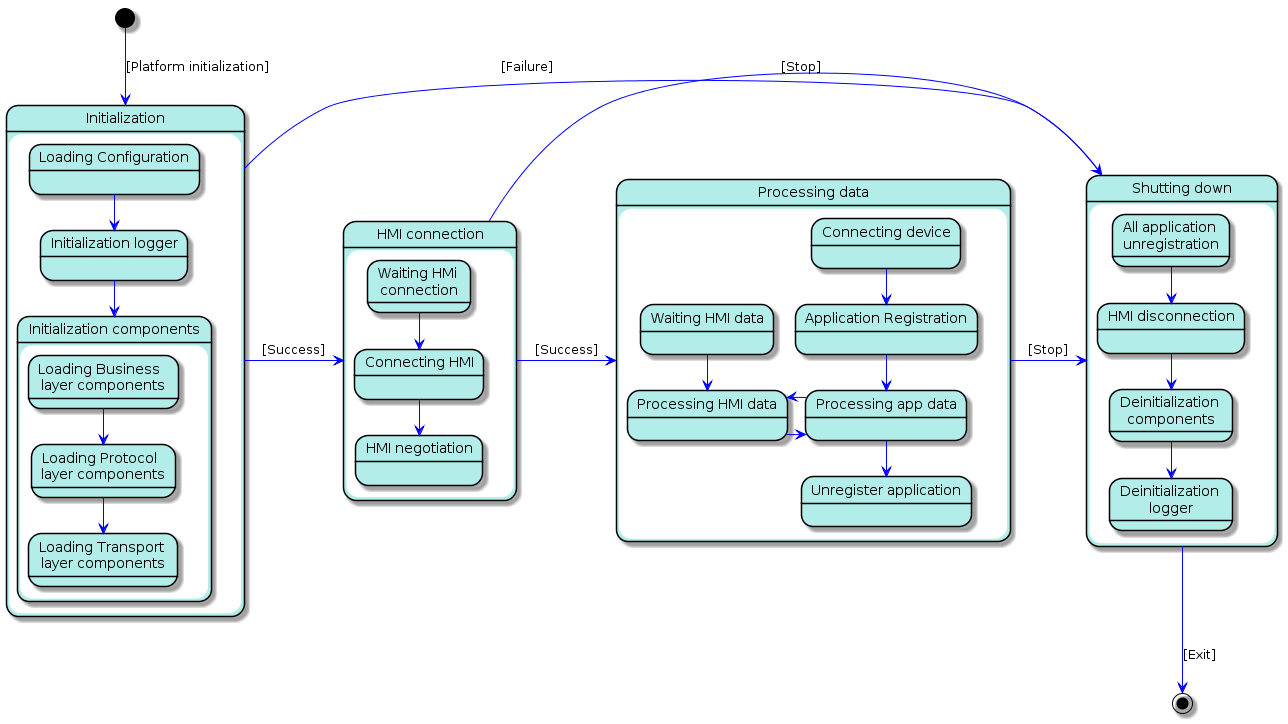
The PlantUML diagram docs/Software Architecture Document/Process State View/assets/image22.png in smartdevicelink/sdl_core_guides, before a commit. Its diagram source:
```plantuml
@startuml
skinparam state {
  BackgroundColor #B2EDEA
  BorderColor black
  ArrowColor blue
}
[*] --> init : [Platform initialization]
init -right-> waiting_hmi : [Success]
waiting_hmi -right-> stopping : [Stop]
waiting_hmi -right-> working : [Success]
working -> stopping : [Stop]
stopping --> [*] : [Exit]
init -right-> stopping  : [Failure]
State "Initialization" as init {
    config --> logger
    logger --> start_components

    State "Loading Configuration" as config
    State "Initialization logger" as logger
    State "Initialization components" as start_components {
        business --> protocol
        protocol  --> transport

        State "Loading Transport \nlayer components" as transport
        State "Loading Protocol  \nlayer components" as protocol
        State "Loading Business  \nlayer components" as business
    }
}
State "HMI connection" as waiting_hmi {
    wait_hmi--> connect_hmi
    connect_hmi --> hmi_handshake
    State "Waiting HMi \nconnection" as wait_hmi
    State "Connecting HMI" as connect_hmi
    State "HMI negotiation" as hmi_handshake
}
State "Processing data" as working  {
    waiting_hmi_data --> process_hmi_data
    connect_device --> app_reg
    app_reg --> process_app_data
    process_app_data --> app_unreg
    process_hmi_data -right-> process_app_data
    process_app_data -right-> process_hmi_data
    State "Waiting HMI data" as waiting_hmi_data
    State "Processing HMI data" as process_hmi_data
    State "Connecting device" as connect_device
    State "Application Registration" as app_reg
    State "Processing app data" as process_app_data
    State "Unregister application" as app_unreg
}
State "Shutting down" as stopping {
    all_app_unreg --> hmi_disconnect
    hmi_disconnect --> stop_components
    stop_components --> de_logger
    State "All application \nunregistration" as all_app_unreg
    State "HMI disconnection" as hmi_disconnect
    State "Deinitialization \ncomponents" as stop_components
    State "Deinitialization \nlogger" as de_logger
}
@enduml
```
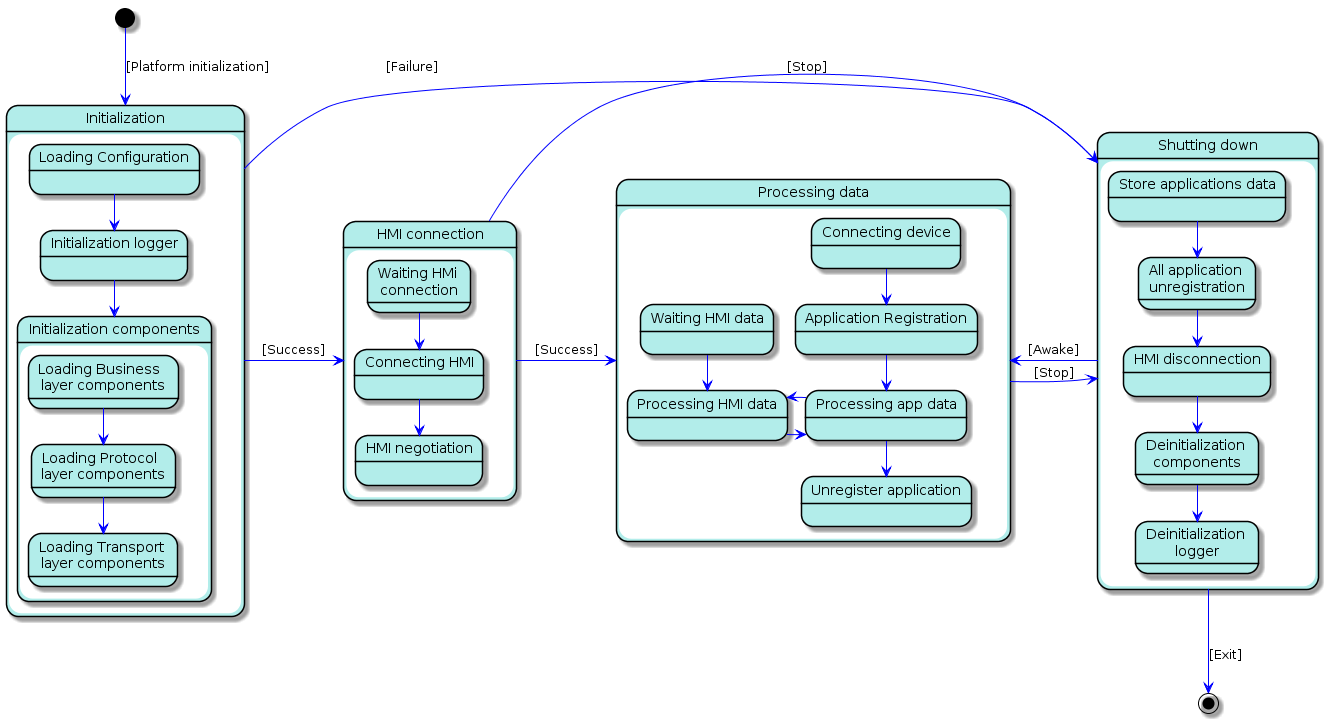
After the commit.

Commit message:
Add applications data storing in Process State View Updated diagram source and image Shutting down State beatifying Updated Process State view description Related issues: APPLINK-26662, APPLINK-26096

Change to the diagram source:
```diff
@@ -1,16 +1,20 @@
 @startuml
+
 skinparam state {
   BackgroundColor #B2EDEA
   BorderColor black
   ArrowColor blue
 }
 [*] --> init : [Platform initialization]
-init -right-> waiting_hmi : [Success]
+init -right-> waiting_hmi     : [Success]
+waiting_hmi -right-> working  : [Success]
+working     -right-> stopping : [Stop]
+stopping     -->     [*]      : [Exit]
+
 waiting_hmi -right-> stopping : [Stop]
-waiting_hmi -right-> working : [Success]
-working -> stopping : [Stop]
-stopping --> [*] : [Exit]
-init -right-> stopping  : [Failure]
+init        -right-> stopping : [Failure]
+stopping    -left->  working  : [Awake]
+
 State "Initialization" as init {
     config --> logger
     logger --> start_components
@@ -29,6 +33,7 @@
 State "HMI connection" as waiting_hmi {
     wait_hmi--> connect_hmi
     connect_hmi --> hmi_handshake
+
     State "Waiting HMi \nconnection" as wait_hmi
     State "Connecting HMI" as connect_hmi
     State "HMI negotiation" as hmi_handshake
@@ -40,6 +45,7 @@
     process_app_data --> app_unreg
     process_hmi_data -right-> process_app_data
     process_app_data -right-> process_hmi_data
+
     State "Waiting HMI data" as waiting_hmi_data
     State "Processing HMI data" as process_hmi_data
     State "Connecting device" as connect_device
@@ -48,9 +54,12 @@
     State "Unregister application" as app_unreg
 }
 State "Shutting down" as stopping {
+    data_store    --> all_app_unreg
     all_app_unreg --> hmi_disconnect
-    hmi_disconnect --> stop_components
+    hmi_disconnect  --> stop_components
     stop_components --> de_logger
+
+    State "Store applications data" as data_store
     State "All application \nunregistration" as all_app_unreg
     State "HMI disconnection" as hmi_disconnect
     State "Deinitialization \ncomponents" as stop_components
```
